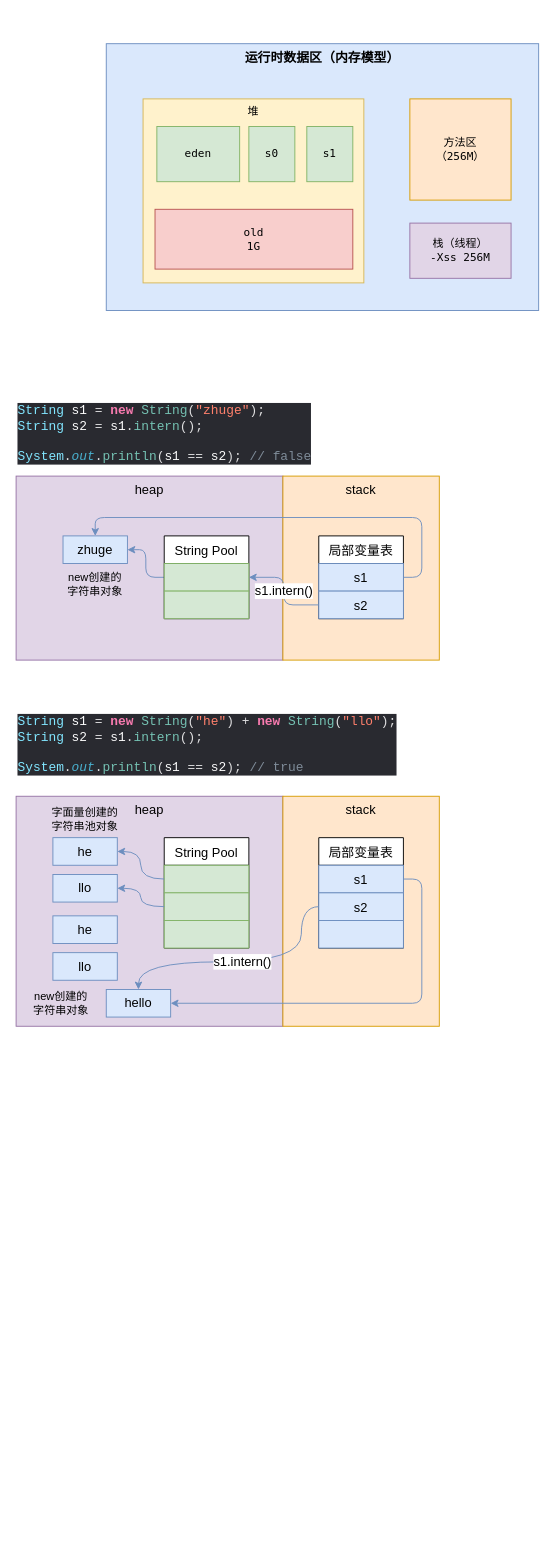
The draw.io diagram Untitled Diagram.drawio in songailin/draw, before the edit. Source tidied: cells renumbered, new cells numbered last; positions are measured from the earlier drawing's top-left corner, leaving out a move shared by most shapes. Both pictures are drawn from the tidied source at 92%, with x=0, y=0 at pixel (16, 43).
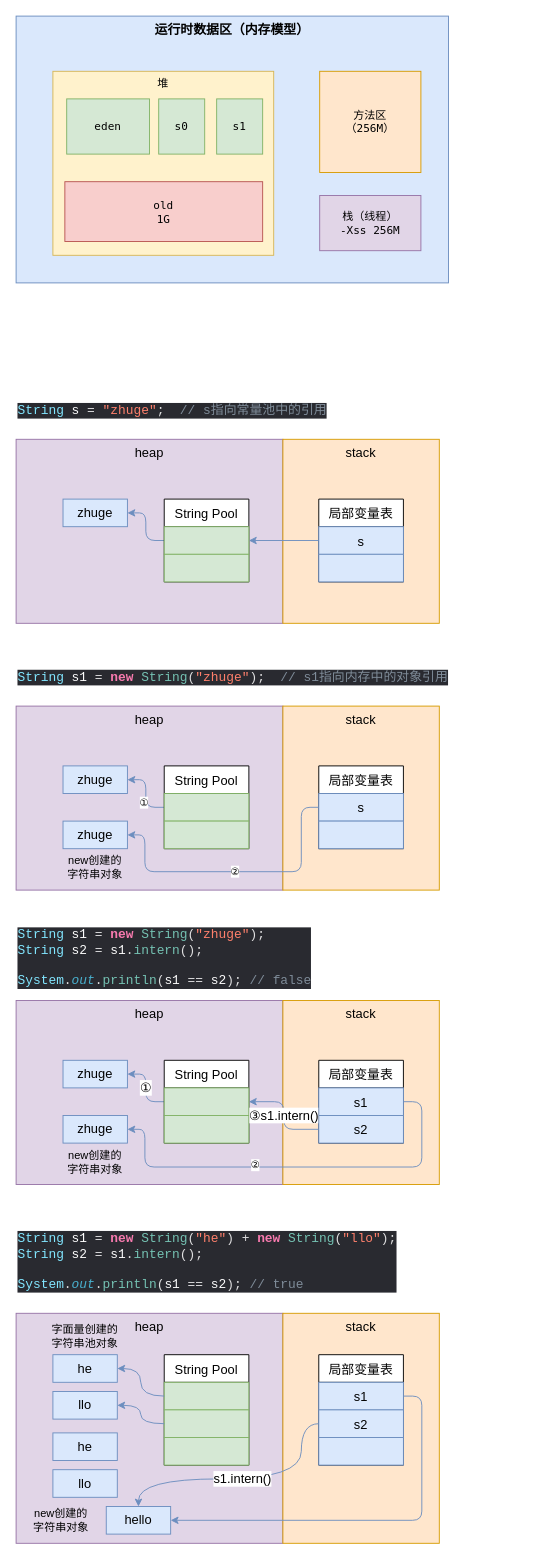
Above is the later version.

Unchanged cells that the change refers to:
```xml
<mxCell id="13" value="s1" style="text;strokeColor=#6c8ebf;fillColor=#dae8fc;align=center;verticalAlign=middle;spacingLeft=4;spacingRight=4;overflow=hidden;points=[[0,0.5],[1,0.5]];portConstraint=eastwest;fontSize=14;" parent="12" vertex="1">
  <mxGeometry y="30" width="92" height="30" as="geometry" />
</mxCell>
<mxCell id="14" value="s2" style="text;strokeColor=#6c8ebf;fillColor=#dae8fc;align=center;verticalAlign=middle;spacingLeft=4;spacingRight=4;overflow=hidden;points=[[0,0.5],[1,0.5]];portConstraint=eastwest;fontSize=14;" parent="12" vertex="1">
  <mxGeometry y="60" width="92" height="30" as="geometry" />
</mxCell>
<mxCell id="26" value="s2" style="text;strokeColor=#6c8ebf;fillColor=#dae8fc;align=center;verticalAlign=middle;spacingLeft=4;spacingRight=4;overflow=hidden;points=[[0,0.5],[1,0.5]];portConstraint=eastwest;fontSize=14;" parent="24" vertex="1">
  <mxGeometry y="60" width="92" height="30" as="geometry" />
</mxCell>
```

Change to the diagram source:
```diff
@@
     <mxCell id="2" value="&lt;font style=&quot;font-size: 14px&quot;&gt;运行时数据区（内存模型）&lt;/font&gt;" style="rounded=0;whiteSpace=wrap;html=1;fillColor=#dae8fc;strokeColor=#6c8ebf;align=center;verticalAlign=top;fontStyle=1;fontFamily=Lucida Console;" parent="1" vertex="1">
-      <mxGeometry x="98" width="470" height="290" as="geometry" />
+      <mxGeometry y="-30" width="470" height="290" as="geometry" />
     </mxCell>
     <mxCell id="3" value="堆" style="rounded=0;whiteSpace=wrap;html=1;verticalAlign=top;fillColor=#fff2cc;strokeColor=#d6b656;fontFamily=Lucida Console;" parent="1" vertex="1">
-      <mxGeometry x="138" y="60" width="240" height="200" as="geometry" />
+      <mxGeometry x="40" y="30" width="240" height="200" as="geometry" />
     </mxCell>
     <mxCell id="4" value="方法区&lt;br&gt;（256M）" style="whiteSpace=wrap;html=1;verticalAlign=middle;fillColor=#ffe6cc;strokeColor=#d79b00;fontFamily=Lucida Console;" parent="1" vertex="1">
-      <mxGeometry x="428" y="60" width="110" height="110" as="geometry" />
+      <mxGeometry x="330" y="30" width="110" height="110" as="geometry" />
     </mxCell>
     <mxCell id="5" value="栈（线程）&lt;br&gt;-Xss 256M" style="rounded=0;whiteSpace=wrap;html=1;verticalAlign=middle;fillColor=#e1d5e7;strokeColor=#9673a6;fontFamily=Lucida Console;" parent="1" vertex="1">
-      <mxGeometry x="428" y="195" width="110" height="60" as="geometry" />
+      <mxGeometry x="330" y="165" width="110" height="60" as="geometry" />
     </mxCell>
     <mxCell id="6" value="eden&lt;br&gt;" style="rounded=0;whiteSpace=wrap;html=1;fillColor=#d5e8d4;strokeColor=#82b366;fontFamily=Lucida Console;" parent="1" vertex="1">
-      <mxGeometry x="153" y="90" width="90" height="60" as="geometry" />
+      <mxGeometry x="55" y="60" width="90" height="60" as="geometry" />
     </mxCell>
     <mxCell id="7" value="s0" style="rounded=0;whiteSpace=wrap;html=1;fillColor=#d5e8d4;strokeColor=#82b366;fontFamily=Lucida Console;" parent="1" vertex="1">
-      <mxGeometry x="253" y="90" width="50" height="60" as="geometry" />
+      <mxGeometry x="155" y="60" width="50" height="60" as="geometry" />
     </mxCell>
     <mxCell id="8" value="s1" style="rounded=0;whiteSpace=wrap;html=1;fillColor=#d5e8d4;strokeColor=#82b366;fontFamily=Lucida Console;" parent="1" vertex="1">
-      <mxGeometry x="316" y="90" width="50" height="60" as="geometry" />
+      <mxGeometry x="218" y="60" width="50" height="60" as="geometry" />
     </mxCell>
     <mxCell id="9" value="old&lt;br&gt;1G" style="whiteSpace=wrap;html=1;fillColor=#f8cecc;strokeColor=#b85450;fontFamily=Lucida Console;" parent="1" vertex="1">
-      <mxGeometry x="151" y="180" width="215" height="65" as="geometry" />
+      <mxGeometry x="53" y="150" width="215" height="65" as="geometry" />
     </mxCell>
     <mxCell id="10" value="heap" style="rounded=0;whiteSpace=wrap;html=1;align=center;verticalAlign=top;fontSize=14;fillColor=#e1d5e7;strokeColor=#9673a6;" parent="1" vertex="1">
-      <mxGeometry y="470" width="290" height="200" as="geometry" />
+      <mxGeometry y="1040" width="290" height="200" as="geometry" />
     </mxCell>
     <mxCell id="11" value="stack" style="rounded=0;whiteSpace=wrap;html=1;verticalAlign=top;fontSize=14;fillColor=#ffe6cc;strokeColor=#d79b00;" parent="1" vertex="1">
-      <mxGeometry x="290" y="470" width="170" height="200" as="geometry" />
+      <mxGeometry x="290" y="1040" width="170" height="200" as="geometry" />
     </mxCell>
     <mxCell id="12" value="局部变量表" style="swimlane;fontStyle=0;horizontal=1;startSize=30;fontSize=14;" parent="1" vertex="1">
-      <mxGeometry x="329" y="535" width="92" height="90" as="geometry" />
+      <mxGeometry x="329" y="1105" width="92" height="90" as="geometry" />
     </mxCell>
@@
-    <mxCell id="15" style="edgeStyle=orthogonalEdgeStyle;rounded=1;jettySize=auto;html=1;exitX=0;exitY=0.5;exitDx=0;exitDy=0;fontSize=14;fillColor=#dae8fc;strokeColor=#6c8ebf;" parent="1" edge="1" source="16" target="19">
+    <mxCell id="15" value="①" style="edgeStyle=orthogonalEdgeStyle;rounded=1;jettySize=auto;html=1;exitX=0;exitY=0.5;exitDx=0;exitDy=0;fontSize=14;fillColor=#dae8fc;strokeColor=#6c8ebf;" parent="1" edge="1" source="16" target="19">
       <mxGeometry relative="1" as="geometry" />
     </mxCell>
     <mxCell id="16" value="String Pool" style="swimlane;fontStyle=0;horizontal=1;startSize=30;fontSize=14;" parent="1" vertex="1">
-      <mxGeometry x="161" y="535" width="92" height="90" as="geometry" />
+      <mxGeometry x="161" y="1105" width="92" height="90" as="geometry" />
     </mxCell>
@@
     <mxCell id="19" value="zhuge" style="rounded=0;whiteSpace=wrap;html=1;fontSize=14;fillColor=#dae8fc;strokeColor=#6c8ebf;" parent="1" vertex="1">
-      <mxGeometry x="51" y="535" width="70" height="30" as="geometry" />
+      <mxGeometry x="51" y="1105" width="70" height="30" as="geometry" />
     </mxCell>
-    <mxCell id="20" style="edgeStyle=orthogonalEdgeStyle;rounded=1;jettySize=auto;html=1;exitX=1;exitY=0.5;exitDx=0;exitDy=0;entryX=0.5;entryY=0;entryDx=0;entryDy=0;fontSize=14;fillColor=#dae8fc;strokeColor=#6c8ebf;" parent="1" edge="1" source="13" target="19">
-      <mxGeometry relative="1" as="geometry" />
+    <mxCell id="20" style="edgeStyle=orthogonalEdgeStyle;rounded=1;jettySize=auto;html=1;exitX=1;exitY=0.5;exitDx=0;exitDy=0;entryX=1;entryY=0.5;entryDx=0;entryDy=0;fontSize=14;fillColor=#dae8fc;strokeColor=#6c8ebf;" parent="1" edge="1" source="13" target="75">
+      <mxGeometry relative="1" as="geometry">
+        <Array as="points">
+          <mxPoint x="441" y="1150" />
+          <mxPoint x="441" y="1221" />
+          <mxPoint x="140" y="1221" />
+          <mxPoint x="140" y="1180" />
+        </Array>
+      </mxGeometry>
     </mxCell>
+    <mxCell id="46" value="②" style="edgeLabel;html=1;align=center;verticalAlign=middle;" parent="20" vertex="1">
+      <mxGeometry x="0.21" y="-3" relative="1" as="geometry" />
+    </mxCell>
-    <mxCell id="21" value="s1.intern()" style="edgeStyle=orthogonalEdgeStyle;jettySize=auto;html=1;exitX=0;exitY=0.5;exitDx=0;exitDy=0;fontSize=14;fillColor=#dae8fc;strokeColor=#6c8ebf;entryX=1;entryY=0.5;entryDx=0;entryDy=0;rounded=1;" parent="1" edge="1" source="14" target="16">
+    <mxCell id="21" value="③s1.intern()" style="edgeStyle=orthogonalEdgeStyle;jettySize=auto;html=1;exitX=0;exitY=0.5;exitDx=0;exitDy=0;fontSize=14;fillColor=#dae8fc;strokeColor=#6c8ebf;entryX=1;entryY=0.5;entryDx=0;entryDy=0;rounded=1;" parent="1" edge="1" source="14" target="16">
       <mxGeometry relative="1" as="geometry" />
     </mxCell>
     <mxCell id="22" value="heap" style="rounded=0;whiteSpace=wrap;html=1;align=center;verticalAlign=top;fontSize=14;fillColor=#e1d5e7;strokeColor=#9673a6;" parent="1" vertex="1">
-      <mxGeometry y="818" width="290" height="250" as="geometry" />
+      <mxGeometry y="1380" width="290" height="250" as="geometry" />
     </mxCell>
     <mxCell id="23" value="stack" style="rounded=0;whiteSpace=wrap;html=1;verticalAlign=top;fontSize=14;fillColor=#ffe6cc;strokeColor=#d79b00;" parent="1" vertex="1">
-      <mxGeometry x="290" y="818" width="170" height="250" as="geometry" />
+      <mxGeometry x="290" y="1380" width="170" height="250" as="geometry" />
     </mxCell>
     <mxCell id="24" value="局部变量表" style="swimlane;fontStyle=0;horizontal=1;startSize=30;fontSize=14;" parent="1" vertex="1">
-      <mxGeometry x="329" y="863" width="92" height="120" as="geometry" />
+      <mxGeometry x="329" y="1425" width="92" height="120" as="geometry" />
     </mxCell>
@@
     <mxCell id="28" value="String Pool" style="swimlane;fontStyle=0;horizontal=1;startSize=30;fontSize=14;" parent="1" vertex="1">
-      <mxGeometry x="161" y="863" width="92" height="120" as="geometry" />
+      <mxGeometry x="161" y="1425" width="92" height="120" as="geometry" />
     </mxCell>
@@
     <mxCell id="32" value="he" style="rounded=0;whiteSpace=wrap;html=1;fontSize=14;fillColor=#dae8fc;strokeColor=#6c8ebf;" parent="1" vertex="1">
-      <mxGeometry x="40" y="863" width="70" height="30" as="geometry" />
+      <mxGeometry x="40" y="1425" width="70" height="30" as="geometry" />
     </mxCell>
     <mxCell id="33" value="llo" style="rounded=0;whiteSpace=wrap;html=1;fontSize=14;fillColor=#dae8fc;strokeColor=#6c8ebf;" parent="1" vertex="1">
-      <mxGeometry x="40" y="903" width="70" height="30" as="geometry" />
+      <mxGeometry x="40" y="1465" width="70" height="30" as="geometry" />
     </mxCell>
     <mxCell id="34" value="hello" style="rounded=0;whiteSpace=wrap;html=1;fontSize=14;fillColor=#dae8fc;strokeColor=#6c8ebf;" parent="1" vertex="1">
-      <mxGeometry x="98" y="1028" width="70" height="30" as="geometry" />
+      <mxGeometry x="98" y="1590" width="70" height="30" as="geometry" />
     </mxCell>
@@
     <mxCell id="38" value="he" style="rounded=0;whiteSpace=wrap;html=1;fontSize=14;fillColor=#dae8fc;strokeColor=#6c8ebf;" parent="1" vertex="1">
-      <mxGeometry x="40" y="948" width="70" height="30" as="geometry" />
+      <mxGeometry x="40" y="1510" width="70" height="30" as="geometry" />
     </mxCell>
     <mxCell id="39" value="llo" style="rounded=0;whiteSpace=wrap;html=1;fontSize=14;fillColor=#dae8fc;strokeColor=#6c8ebf;" parent="1" vertex="1">
-      <mxGeometry x="40" y="988" width="70" height="30" as="geometry" />
+      <mxGeometry x="40" y="1550" width="70" height="30" as="geometry" />
     </mxCell>
     <mxCell id="40" value="字面量创建的字符串池对象" style="text;html=1;strokeColor=none;fillColor=none;align=center;verticalAlign=middle;whiteSpace=wrap;rounded=0;fontSize=12;" parent="1" vertex="1">
-      <mxGeometry x="36" y="828" width="78" height="30" as="geometry" />
+      <mxGeometry x="36" y="1390" width="78" height="30" as="geometry" />
     </mxCell>
     <mxCell id="41" value="s1.intern()" style="edgeStyle=orthogonalEdgeStyle;jettySize=auto;html=1;fontSize=14;fillColor=#dae8fc;strokeColor=#6c8ebf;exitX=0;exitY=0.5;exitDx=0;exitDy=0;entryX=0.5;entryY=0;entryDx=0;entryDy=0;curved=1;" parent="1" edge="1" source="26" target="34">
       <mxGeometry relative="1" as="geometry">
         <Array as="points">
-          <mxPoint x="310" y="938" />
-          <mxPoint x="310" y="998" />
-          <mxPoint x="133" y="998" />
+          <mxPoint x="310" y="1500" />
+          <mxPoint x="310" y="1560" />
+          <mxPoint x="133" y="1560" />
         </Array>
       </mxGeometry>
     </mxCell>
     <mxCell id="42" value="new创建的&lt;br&gt;字符串对象" style="text;html=1;strokeColor=none;fillColor=none;align=center;verticalAlign=middle;whiteSpace=wrap;rounded=0;fontSize=12;" parent="1" vertex="1">
-      <mxGeometry x="10" y="1028" width="78" height="30" as="geometry" />
+      <mxGeometry x="10" y="1590" width="78" height="30" as="geometry" />
     </mxCell>
     <mxCell id="43" value="new创建的&lt;br&gt;字符串对象" style="text;html=1;strokeColor=none;fillColor=none;align=center;verticalAlign=middle;whiteSpace=wrap;rounded=0;fontSize=12;" parent="1" vertex="1">
-      <mxGeometry x="47" y="573" width="78" height="30" as="geometry" />
+      <mxGeometry x="47" y="1201" width="78" height="30" as="geometry" />
     </mxCell>
     <mxCell id="44" value="&lt;pre style=&quot;background-color: #292a30 ; color: #dfdfe0 ; font-family: &amp;quot;jetbrains mono&amp;quot; , monospace ; font-size: 10.5pt&quot;&gt;&lt;span style=&quot;color: #82e6ff&quot;&gt;String &lt;/span&gt;&lt;span style=&quot;color: #fcfcfc&quot;&gt;s1 &lt;/span&gt;= &lt;span style=&quot;color: #f97bb0 ; font-weight: bold&quot;&gt;new &lt;/span&gt;&lt;span style=&quot;color: #75c2b3&quot;&gt;String&lt;/span&gt;(&lt;span style=&quot;color: #ff806c&quot;&gt;&quot;he&quot;&lt;/span&gt;) + &lt;span style=&quot;color: #f97bb0 ; font-weight: bold&quot;&gt;new &lt;/span&gt;&lt;span style=&quot;color: #75c2b3&quot;&gt;String&lt;/span&gt;(&lt;span style=&quot;color: #ff806c&quot;&gt;&quot;llo&quot;&lt;/span&gt;);&lt;br&gt;&lt;span style=&quot;color: #82e6ff&quot;&gt;String &lt;/span&gt;&lt;span style=&quot;color: #fcfcfc&quot;&gt;s2 &lt;/span&gt;= &lt;span style=&quot;color: #fcfcfc&quot;&gt;s1&lt;/span&gt;.&lt;span style=&quot;color: #75c2b3&quot;&gt;intern&lt;/span&gt;();&lt;br&gt;&lt;br&gt;&lt;span style=&quot;color: #82e6ff&quot;&gt;System&lt;/span&gt;.&lt;span style=&quot;color: #49b0ce ; font-style: italic&quot;&gt;out&lt;/span&gt;.&lt;span style=&quot;color: #75c2b3&quot;&gt;println&lt;/span&gt;(&lt;span style=&quot;color: #fcfcfc&quot;&gt;s1 &lt;/span&gt;== &lt;span style=&quot;color: #fcfcfc&quot;&gt;s2&lt;/span&gt;); &lt;span style=&quot;color: #7f8c99&quot;&gt;// true&lt;/span&gt;&lt;/pre&gt;" style="text;whiteSpace=wrap;html=1;fontSize=14;" parent="1" vertex="1">
-      <mxGeometry y="708" width="370" height="110" as="geometry" />
+      <mxGeometry y="1270" width="370" height="110" as="geometry" />
     </mxCell>
     <mxCell id="45" value="&lt;pre style=&quot;background-color: #292a30 ; color: #dfdfe0 ; font-family: &amp;quot;jetbrains mono&amp;quot; , monospace ; font-size: 10.5pt&quot;&gt;&lt;span style=&quot;color: #82e6ff&quot;&gt;String &lt;/span&gt;&lt;span style=&quot;color: #fcfcfc&quot;&gt;s1 &lt;/span&gt;= &lt;span style=&quot;color: #f97bb0 ; font-weight: bold&quot;&gt;new &lt;/span&gt;&lt;span style=&quot;color: #75c2b3&quot;&gt;String&lt;/span&gt;(&lt;span style=&quot;color: #ff806c&quot;&gt;&quot;zhuge&quot;&lt;/span&gt;);&lt;br&gt;&lt;span style=&quot;color: #82e6ff&quot;&gt;String &lt;/span&gt;&lt;span style=&quot;color: #fcfcfc&quot;&gt;s2 &lt;/span&gt;= &lt;span style=&quot;color: #fcfcfc&quot;&gt;s1&lt;/span&gt;.&lt;span style=&quot;color: #75c2b3&quot;&gt;intern&lt;/span&gt;();&lt;br&gt;&lt;br&gt;&lt;span style=&quot;color: #82e6ff&quot;&gt;System&lt;/span&gt;.&lt;span style=&quot;color: #49b0ce ; font-style: italic&quot;&gt;out&lt;/span&gt;.&lt;span style=&quot;color: #75c2b3&quot;&gt;println&lt;/span&gt;(&lt;span style=&quot;color: #fcfcfc&quot;&gt;s1 &lt;/span&gt;== &lt;span style=&quot;color: #fcfcfc&quot;&gt;s2&lt;/span&gt;); &lt;span style=&quot;color: #7f8c99&quot;&gt;// false&lt;/span&gt;&lt;/pre&gt;" style="text;whiteSpace=wrap;html=1;fontSize=14;" parent="1" vertex="1">
-      <mxGeometry y="370" width="290" height="110" as="geometry" />
+      <mxGeometry y="940" width="290" height="110" as="geometry" />
     </mxCell>
+    <mxCell id="47" value="heap" style="rounded=0;whiteSpace=wrap;html=1;align=center;verticalAlign=top;fontSize=14;fillColor=#e1d5e7;strokeColor=#9673a6;" parent="1" vertex="1">
+      <mxGeometry y="430" width="290" height="200" as="geometry" />
+    </mxCell>
+    <mxCell id="48" value="stack" style="rounded=0;whiteSpace=wrap;html=1;verticalAlign=top;fontSize=14;fillColor=#ffe6cc;strokeColor=#d79b00;" parent="1" vertex="1">
+      <mxGeometry x="290" y="430" width="170" height="200" as="geometry" />
+    </mxCell>
+    <mxCell id="49" value="局部变量表" style="swimlane;fontStyle=0;horizontal=1;startSize=30;fontSize=14;" parent="1" vertex="1">
+      <mxGeometry x="329" y="495" width="92" height="90" as="geometry" />
+    </mxCell>
+    <mxCell id="50" value="s" style="text;strokeColor=#6c8ebf;fillColor=#dae8fc;align=center;verticalAlign=middle;spacingLeft=4;spacingRight=4;overflow=hidden;points=[[0,0.5],[1,0.5]];portConstraint=eastwest;fontSize=14;" parent="49" vertex="1">
+      <mxGeometry y="30" width="92" height="30" as="geometry" />
+    </mxCell>
+    <mxCell id="51" value=" " style="text;strokeColor=#6c8ebf;fillColor=#dae8fc;align=center;verticalAlign=middle;spacingLeft=4;spacingRight=4;overflow=hidden;fontSize=14;" parent="49" vertex="1">
+      <mxGeometry y="60" width="92" height="30" as="geometry" />
+    </mxCell>
+    <mxCell id="52" style="edgeStyle=orthogonalEdgeStyle;rounded=1;jettySize=auto;html=1;exitX=0;exitY=0.5;exitDx=0;exitDy=0;fontSize=14;fillColor=#dae8fc;strokeColor=#6c8ebf;" parent="1" edge="1" source="53" target="56">
+      <mxGeometry relative="1" as="geometry" />
+    </mxCell>
+    <mxCell id="53" value="String Pool" style="swimlane;fontStyle=0;horizontal=1;startSize=30;fontSize=14;" parent="1" vertex="1">
+      <mxGeometry x="161" y="495" width="92" height="90" as="geometry" />
+    </mxCell>
+    <mxCell id="54" style="text;strokeColor=#82b366;fillColor=#d5e8d4;align=center;verticalAlign=middle;spacingLeft=4;spacingRight=4;overflow=hidden;fontSize=14;" parent="53" vertex="1">
+      <mxGeometry y="30" width="92" height="30" as="geometry" />
+    </mxCell>
+    <mxCell id="55" value=" " style="text;strokeColor=#82b366;fillColor=#d5e8d4;align=center;verticalAlign=middle;spacingLeft=4;spacingRight=4;overflow=hidden;fontSize=14;" parent="53" vertex="1">
+      <mxGeometry y="60" width="92" height="30" as="geometry" />
+    </mxCell>
+    <mxCell id="56" value="zhuge" style="rounded=0;whiteSpace=wrap;html=1;fontSize=14;fillColor=#dae8fc;strokeColor=#6c8ebf;" parent="1" vertex="1">
+      <mxGeometry x="51" y="495" width="70" height="30" as="geometry" />
+    </mxCell>
+    <mxCell id="57" value="&lt;pre style=&quot;background-color: #292a30 ; color: #dfdfe0 ; font-family: &amp;quot;jetbrains mono&amp;quot; , monospace ; font-size: 10.5pt&quot;&gt;&lt;span style=&quot;color: #82e6ff&quot;&gt;String &lt;/span&gt;&lt;span style=&quot;color: #fcfcfc&quot;&gt;s &lt;/span&gt;= &lt;span style=&quot;color: #ff806c&quot;&gt;&quot;zhuge&quot;&lt;/span&gt;;  &lt;span style=&quot;color: #7f8c99&quot;&gt;// s&lt;/span&gt;&lt;span style=&quot;color: #7f8c99 ; font-family: &amp;quot;宋体&amp;quot; , monospace&quot;&gt;指向常量池中的引用&lt;/span&gt;&lt;/pre&gt;" style="text;whiteSpace=wrap;html=1;" parent="1" vertex="1">
+      <mxGeometry y="370" width="330" height="60" as="geometry" />
+    </mxCell>
+    <mxCell id="58" style="edgeStyle=orthogonalEdgeStyle;rounded=0;jettySize=auto;html=1;exitX=0;exitY=0.5;exitDx=0;exitDy=0;entryX=1;entryY=0.5;entryDx=0;entryDy=0;fillColor=#dae8fc;strokeColor=#6c8ebf;" parent="1" edge="1" source="50" target="53">
+      <mxGeometry relative="1" as="geometry" />
+    </mxCell>
+    <mxCell id="59" value="&lt;pre style=&quot;background-color: #292a30 ; color: #dfdfe0 ; font-family: &amp;quot;jetbrains mono&amp;quot; , monospace ; font-size: 10.5pt&quot;&gt;&lt;span style=&quot;color: #82e6ff&quot;&gt;String &lt;/span&gt;&lt;span style=&quot;color: #fcfcfc&quot;&gt;s1 &lt;/span&gt;= &lt;span style=&quot;color: #f97bb0 ; font-weight: bold&quot;&gt;new &lt;/span&gt;&lt;span style=&quot;color: #75c2b3&quot;&gt;String&lt;/span&gt;(&lt;span style=&quot;color: #ff806c&quot;&gt;&quot;zhuge&quot;&lt;/span&gt;);  &lt;span style=&quot;color: #7f8c99&quot;&gt;// s1&lt;/span&gt;&lt;span style=&quot;color: #7f8c99 ; font-family: &amp;quot;宋体&amp;quot; , monospace&quot;&gt;指向内存中的对象引用&lt;/span&gt;&lt;/pre&gt;" style="text;whiteSpace=wrap;html=1;" parent="1" vertex="1">
+      <mxGeometry y="660" width="440" height="60" as="geometry" />
+    </mxCell>
+    <mxCell id="60" value="heap" style="rounded=0;whiteSpace=wrap;html=1;align=center;verticalAlign=top;fontSize=14;fillColor=#e1d5e7;strokeColor=#9673a6;" parent="1" vertex="1">
+      <mxGeometry y="720" width="290" height="200" as="geometry" />
+    </mxCell>
+    <mxCell id="61" value="stack" style="rounded=0;whiteSpace=wrap;html=1;verticalAlign=top;fontSize=14;fillColor=#ffe6cc;strokeColor=#d79b00;" parent="1" vertex="1">
+      <mxGeometry x="290" y="720" width="170" height="200" as="geometry" />
+    </mxCell>
+    <mxCell id="62" value="局部变量表" style="swimlane;fontStyle=0;horizontal=1;startSize=30;fontSize=14;" parent="1" vertex="1">
+      <mxGeometry x="329" y="785" width="92" height="90" as="geometry" />
+    </mxCell>
+    <mxCell id="63" value="s" style="text;strokeColor=#6c8ebf;fillColor=#dae8fc;align=center;verticalAlign=middle;spacingLeft=4;spacingRight=4;overflow=hidden;points=[[0,0.5],[1,0.5]];portConstraint=eastwest;fontSize=14;" parent="62" vertex="1">
+      <mxGeometry y="30" width="92" height="30" as="geometry" />
+    </mxCell>
+    <mxCell id="64" value=" " style="text;strokeColor=#6c8ebf;fillColor=#dae8fc;align=center;verticalAlign=middle;spacingLeft=4;spacingRight=4;overflow=hidden;fontSize=14;" parent="62" vertex="1">
+      <mxGeometry y="60" width="92" height="30" as="geometry" />
+    </mxCell>
+    <mxCell id="65" style="edgeStyle=orthogonalEdgeStyle;rounded=1;jettySize=auto;html=1;exitX=0;exitY=0.5;exitDx=0;exitDy=0;fontSize=14;fillColor=#dae8fc;strokeColor=#6c8ebf;" parent="1" edge="1" source="67" target="70">
+      <mxGeometry relative="1" as="geometry" />
+    </mxCell>
+    <mxCell id="66" value="①" style="edgeLabel;html=1;align=center;verticalAlign=middle;" parent="65" vertex="1">
+      <mxGeometry x="-0.26" y="3" relative="1" as="geometry" />
+    </mxCell>
+    <mxCell id="67" value="String Pool" style="swimlane;fontStyle=0;horizontal=1;startSize=30;fontSize=14;" parent="1" vertex="1">
+      <mxGeometry x="161" y="785" width="92" height="90" as="geometry" />
+    </mxCell>
+    <mxCell id="68" style="text;strokeColor=#82b366;fillColor=#d5e8d4;align=center;verticalAlign=middle;spacingLeft=4;spacingRight=4;overflow=hidden;fontSize=14;" parent="67" vertex="1">
+      <mxGeometry y="30" width="92" height="30" as="geometry" />
+    </mxCell>
+    <mxCell id="69" value=" " style="text;strokeColor=#82b366;fillColor=#d5e8d4;align=center;verticalAlign=middle;spacingLeft=4;spacingRight=4;overflow=hidden;fontSize=14;" parent="67" vertex="1">
+      <mxGeometry y="60" width="92" height="30" as="geometry" />
+    </mxCell>
+    <mxCell id="70" value="zhuge" style="rounded=0;whiteSpace=wrap;html=1;fontSize=14;fillColor=#dae8fc;strokeColor=#6c8ebf;" parent="1" vertex="1">
+      <mxGeometry x="51" y="785" width="70" height="30" as="geometry" />
+    </mxCell>
+    <mxCell id="71" style="edgeStyle=orthogonalEdgeStyle;rounded=1;jettySize=auto;html=1;exitX=0;exitY=0.5;exitDx=0;exitDy=0;entryX=1;entryY=0.5;entryDx=0;entryDy=0;fillColor=#dae8fc;strokeColor=#6c8ebf;" parent="1" edge="1" source="63" target="73">
+      <mxGeometry relative="1" as="geometry">
+        <Array as="points">
+          <mxPoint x="310" y="830" />
+          <mxPoint x="310" y="900" />
+          <mxPoint x="140" y="900" />
+          <mxPoint x="140" y="860" />
+        </Array>
+      </mxGeometry>
+    </mxCell>
+    <mxCell id="72" value="②" style="edgeLabel;html=1;align=center;verticalAlign=middle;" parent="71" vertex="1">
+      <mxGeometry x="0.02" y="-1" relative="1" as="geometry" />
+    </mxCell>
+    <mxCell id="73" value="zhuge" style="rounded=0;whiteSpace=wrap;html=1;fontSize=14;fillColor=#dae8fc;strokeColor=#6c8ebf;" parent="1" vertex="1">
+      <mxGeometry x="51" y="845" width="70" height="30" as="geometry" />
+    </mxCell>
+    <mxCell id="74" value="new创建的&lt;br&gt;字符串对象" style="text;html=1;strokeColor=none;fillColor=none;align=center;verticalAlign=middle;whiteSpace=wrap;rounded=0;fontSize=12;" parent="1" vertex="1">
+      <mxGeometry x="47" y="880" width="78" height="30" as="geometry" />
+    </mxCell>
+    <mxCell id="75" value="zhuge" style="rounded=0;whiteSpace=wrap;html=1;fontSize=14;fillColor=#dae8fc;strokeColor=#6c8ebf;" parent="1" vertex="1">
+      <mxGeometry x="51" y="1165" width="70" height="30" as="geometry" />
+    </mxCell>
```
